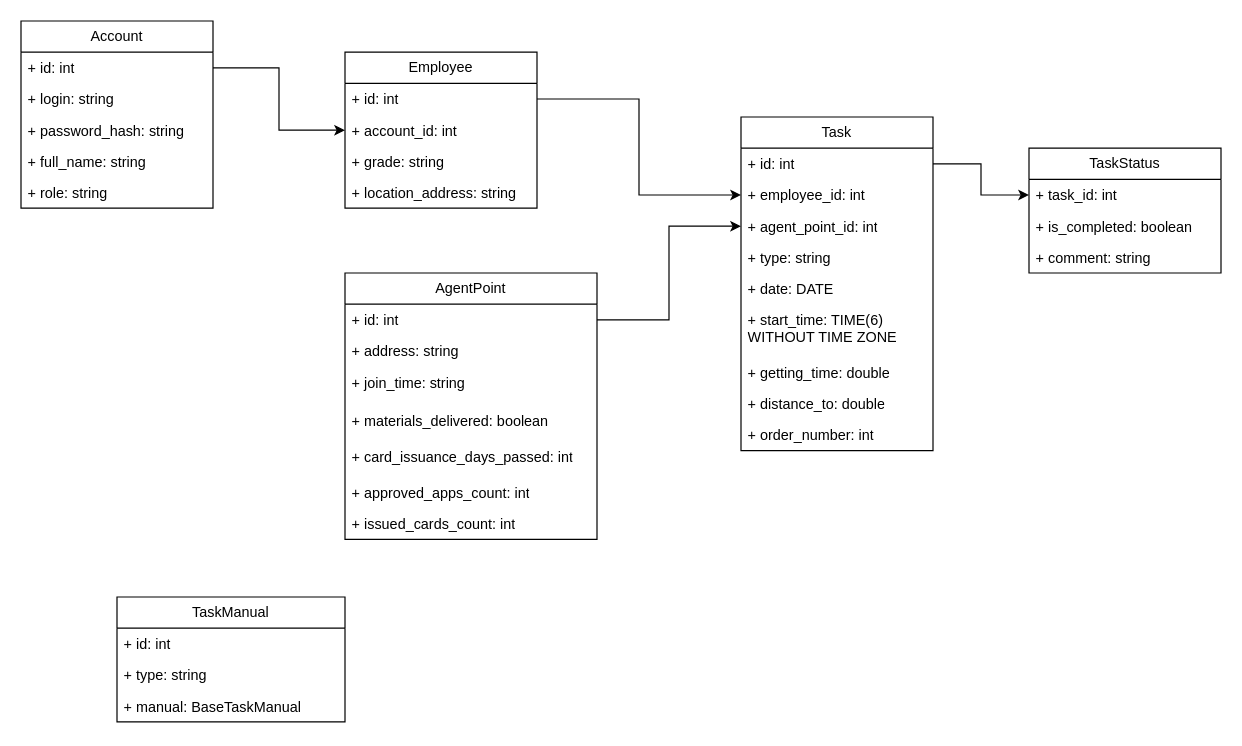
Above: db_schema.drawio in arsuhinars/leaders-backend-2023 (draw.io), before the change. Source tidied: cells renumbered, new cells numbered last; positions are measured from the earlier drawing's top-left corner, leaving out a move shared by most shapes. Both pictures are drawn from the tidied source at 120%, with x=0, y=0 at pixel (20, 20).
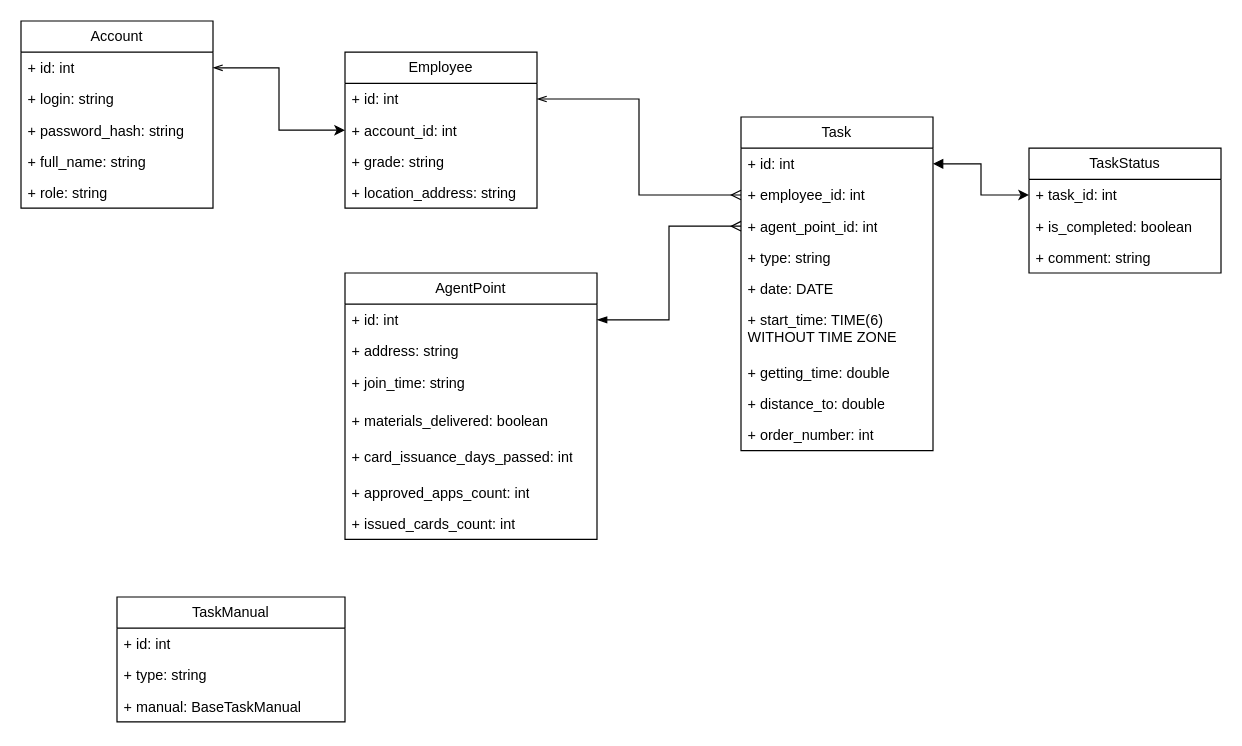
After the change.

Unchanged cells that the change refers to:
```xml
<mxCell id="3" value="+ id: int" style="text;strokeColor=none;fillColor=none;align=left;verticalAlign=top;spacingLeft=4;spacingRight=4;overflow=hidden;points=[[0,0.5],[1,0.5]];portConstraint=eastwest;whiteSpace=wrap;html=1;" parent="2" vertex="1">
  <mxGeometry y="26" width="160" height="26" as="geometry" />
</mxCell>
<mxCell id="9" value="+ id: int" style="text;strokeColor=none;fillColor=none;align=left;verticalAlign=top;spacingLeft=4;spacingRight=4;overflow=hidden;points=[[0,0.5],[1,0.5]];portConstraint=eastwest;whiteSpace=wrap;html=1;" parent="8" vertex="1">
  <mxGeometry y="26" width="210" height="26" as="geometry" />
</mxCell>
<mxCell id="16" value="Employee" style="swimlane;fontStyle=0;horizontal=1;startSize=26;fillColor=none;whiteSpace=wrap;html=1;" parent="1" vertex="1">
  <mxGeometry x="270" y="26" width="160" height="130" as="geometry" />
</mxCell>
<mxCell id="17" value="+ id: int" style="text;strokeColor=none;fillColor=none;align=left;verticalAlign=top;spacingLeft=4;spacingRight=4;overflow=hidden;points=[[0,0.5],[1,0.5]];portConstraint=eastwest;whiteSpace=wrap;html=1;" parent="16" vertex="1">
  <mxGeometry y="26" width="160" height="26" as="geometry" />
</mxCell>
<mxCell id="22" value="+ id: int" style="text;strokeColor=none;fillColor=none;align=left;verticalAlign=top;spacingLeft=4;spacingRight=4;overflow=hidden;points=[[0,0.5],[1,0.5]];portConstraint=eastwest;whiteSpace=wrap;html=1;" parent="21" vertex="1">
  <mxGeometry y="26" width="160" height="26" as="geometry" />
</mxCell>
<mxCell id="23" value="+ employee_id: int" style="text;strokeColor=none;fillColor=none;align=left;verticalAlign=top;spacingLeft=4;spacingRight=4;overflow=hidden;points=[[0,0.5],[1,0.5]];portConstraint=eastwest;whiteSpace=wrap;html=1;" parent="21" vertex="1">
  <mxGeometry y="52" width="160" height="26" as="geometry" />
</mxCell>
<mxCell id="24" value="+ agent_point_id: int" style="text;strokeColor=none;fillColor=none;align=left;verticalAlign=top;spacingLeft=4;spacingRight=4;overflow=hidden;points=[[0,0.5],[1,0.5]];portConstraint=eastwest;whiteSpace=wrap;html=1;" parent="21" vertex="1">
  <mxGeometry y="78" width="160" height="26" as="geometry" />
</mxCell>
<mxCell id="36" value="+ task_id: int" style="text;strokeColor=none;fillColor=none;align=left;verticalAlign=top;spacingLeft=4;spacingRight=4;overflow=hidden;points=[[0,0.5],[1,0.5]];portConstraint=eastwest;whiteSpace=wrap;html=1;" parent="35" vertex="1">
  <mxGeometry y="26" width="160" height="26" as="geometry" />
</mxCell>
```

What changed in the source:
```diff
@@
-    <mxCell id="39" style="edgeStyle=orthogonalEdgeStyle;rounded=0;jettySize=auto;html=1;exitX=1;exitY=0.5;exitDx=0;exitDy=0;entryX=0;entryY=0.5;entryDx=0;entryDy=0;" parent="1" edge="1" source="3" target="16">
+    <mxCell id="39" style="edgeStyle=orthogonalEdgeStyle;rounded=0;jettySize=auto;html=1;exitX=1;exitY=0.5;exitDx=0;exitDy=0;entryX=0;entryY=0.5;entryDx=0;entryDy=0;startArrow=openThin;startFill=0;" parent="1" edge="1" source="3" target="16">
       <mxGeometry relative="1" as="geometry" />
     </mxCell>
-    <mxCell id="40" style="edgeStyle=orthogonalEdgeStyle;rounded=0;jettySize=auto;html=1;exitX=1;exitY=0.5;exitDx=0;exitDy=0;entryX=0;entryY=0.5;entryDx=0;entryDy=0;" parent="1" edge="1" source="9" target="24">
+    <mxCell id="40" style="edgeStyle=orthogonalEdgeStyle;rounded=0;jettySize=auto;html=1;exitX=1;exitY=0.5;exitDx=0;exitDy=0;entryX=0;entryY=0.5;entryDx=0;entryDy=0;startArrow=blockThin;startFill=1;endArrow=ERmany;endFill=0;" parent="1" edge="1" source="9" target="24">
       <mxGeometry relative="1" as="geometry" />
     </mxCell>
-    <mxCell id="41" style="edgeStyle=orthogonalEdgeStyle;rounded=0;jettySize=auto;html=1;exitX=1;exitY=0.5;exitDx=0;exitDy=0;entryX=0;entryY=0.5;entryDx=0;entryDy=0;" parent="1" edge="1" source="17" target="23">
+    <mxCell id="41" style="edgeStyle=orthogonalEdgeStyle;rounded=0;jettySize=auto;html=1;exitX=1;exitY=0.5;exitDx=0;exitDy=0;entryX=0;entryY=0.5;entryDx=0;entryDy=0;endArrow=ERmany;endFill=0;startArrow=openThin;startFill=0;" parent="1" edge="1" source="17" target="23">
       <mxGeometry relative="1" as="geometry" />
     </mxCell>
-    <mxCell id="42" style="edgeStyle=orthogonalEdgeStyle;rounded=0;jettySize=auto;html=1;exitX=1;exitY=0.5;exitDx=0;exitDy=0;entryX=0;entryY=0.5;entryDx=0;entryDy=0;" parent="1" edge="1" source="22" target="36">
+    <mxCell id="42" style="edgeStyle=orthogonalEdgeStyle;rounded=0;jettySize=auto;html=1;exitX=1;exitY=0.5;exitDx=0;exitDy=0;entryX=0;entryY=0.5;entryDx=0;entryDy=0;startArrow=block;startFill=1;" parent="1" edge="1" source="22" target="36">
       <mxGeometry relative="1" as="geometry" />
     </mxCell>
```
